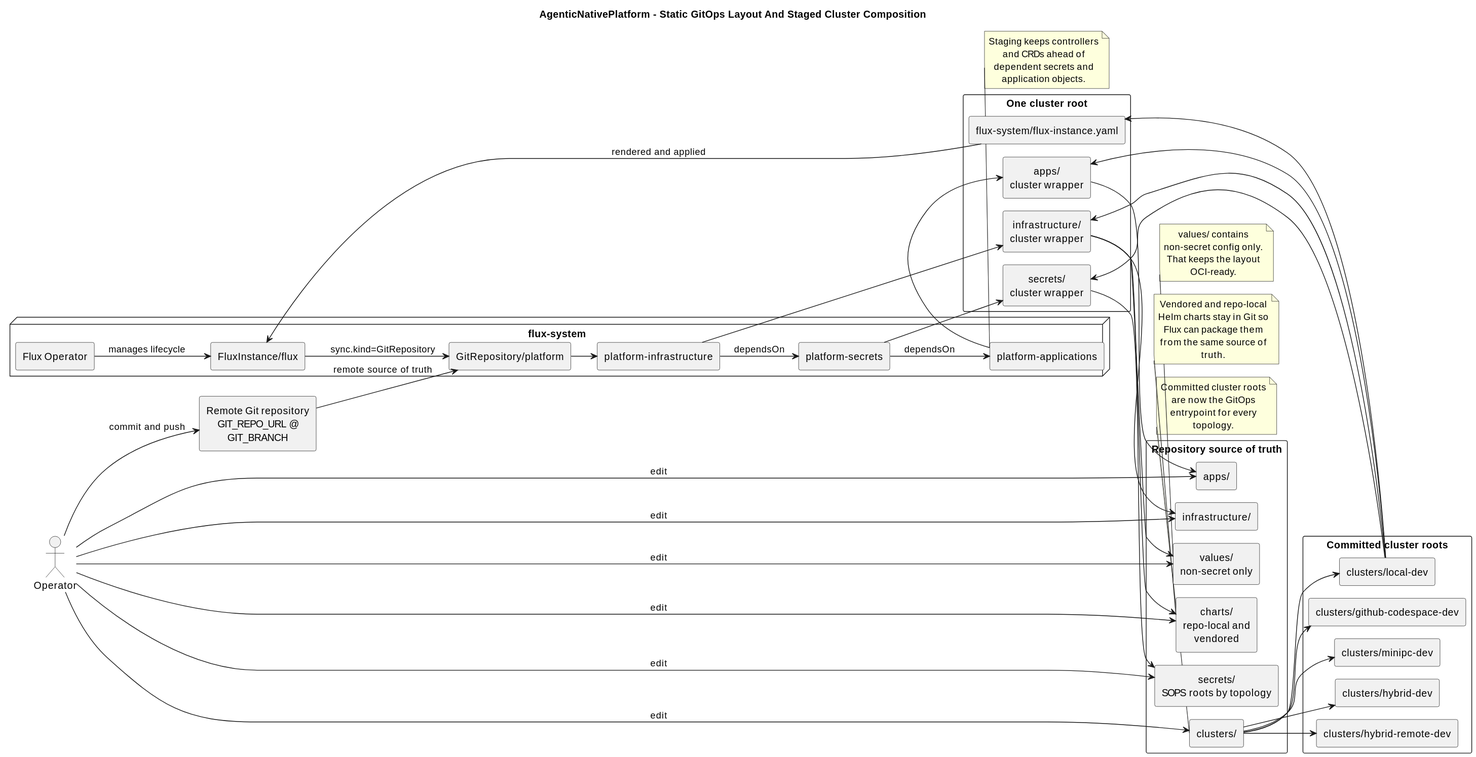
Before: .assets/architecture-current-profiles.svg, a diagram exported from PlantUML (Shkirmantsev/AgenticNativePlatform).
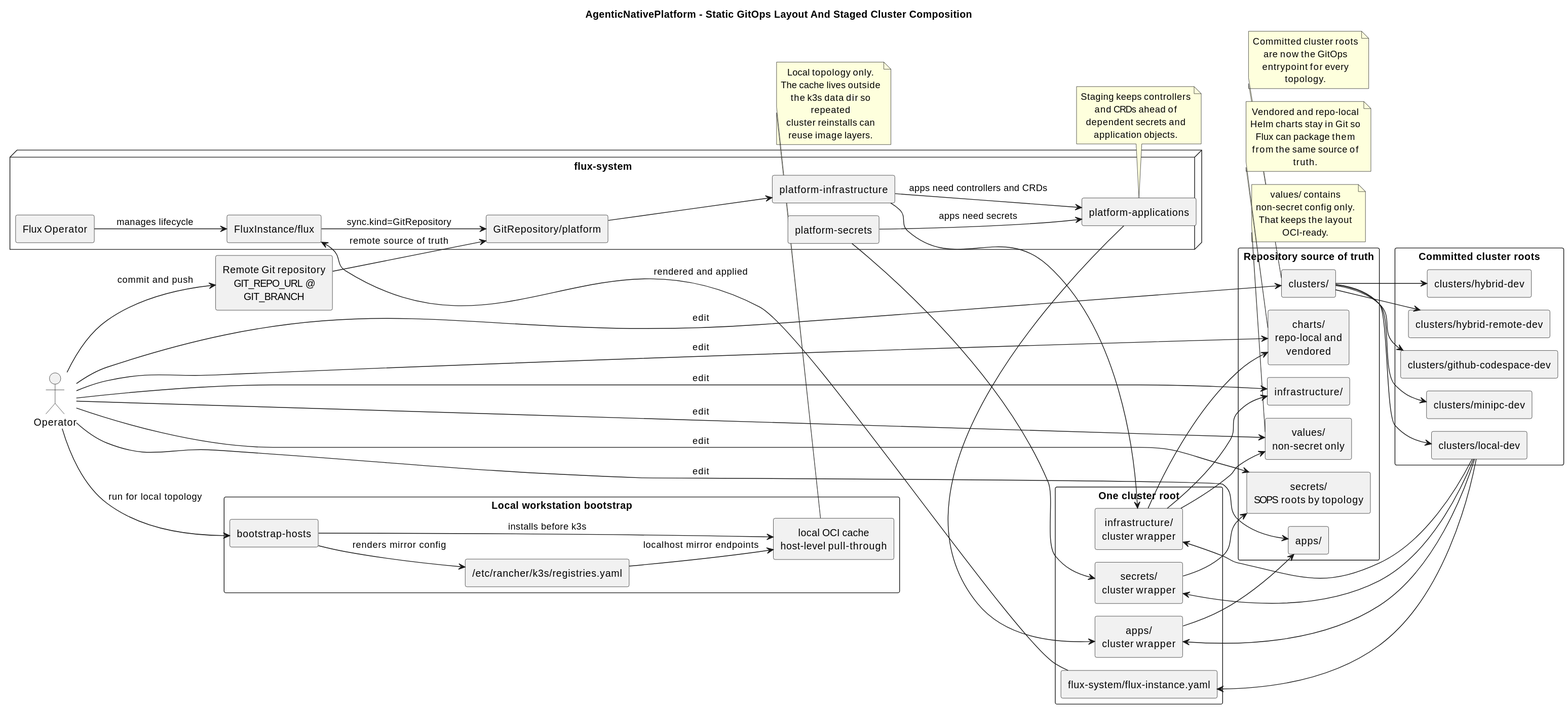
Later version of the same file.

The edit, as a diff of the source:
```diff
@@ -20,6 +20,12 @@
   component "charts/\nrepo-local and vendored" as RepoCharts
   component "values/\nnon-secret only" as RepoValues
   component "secrets/\nSOPS roots by topology" as RepoSecrets
+}
+
+package "Local workstation bootstrap" {
+  component "bootstrap-hosts" as BootstrapHosts
+  component "local OCI cache\nhost-level pull-through" as LocalOciCache
+  component "/etc/rancher/k3s/registries.yaml" as K3sRegistries
 }
 
 package "Committed cluster roots" {
@@ -53,6 +59,7 @@
 Operator --> RepoValues : edit
 Operator --> RepoSecrets : edit
 Operator --> RemoteRepo : commit and push
+Operator --> BootstrapHosts : run for local topology
 
 RepoClusters --> ClusterLocal
 RepoClusters --> ClusterCodespace
@@ -70,9 +77,13 @@
 FluxInstance --> GitRepository : sync.kind=GitRepository
 RemoteRepo --> GitRepository : remote source of truth
 
+BootstrapHosts --> LocalOciCache : installs before k3s
+BootstrapHosts --> K3sRegistries : renders mirror config
+K3sRegistries --> LocalOciCache : localhost mirror endpoints
+
 GitRepository --> PlatformInfrastructure
-PlatformInfrastructure --> PlatformSecrets : dependsOn
-PlatformSecrets --> PlatformApplications : dependsOn
+PlatformInfrastructure --> PlatformApplications : apps need controllers and CRDs
+PlatformSecrets --> PlatformApplications : apps need secrets
 
 PlatformInfrastructure --> ClusterInfrastructure
 PlatformSecrets --> ClusterSecrets
@@ -103,4 +114,10 @@
 Vendored and repo-local Helm charts stay in Git so
 Flux can package them from the same source of truth.
 end note
+
+note bottom of LocalOciCache
+Local topology only.
+The cache lives outside the k3s data dir so repeated
+cluster reinstalls can reuse image layers.
+end note
 @enduml
```
